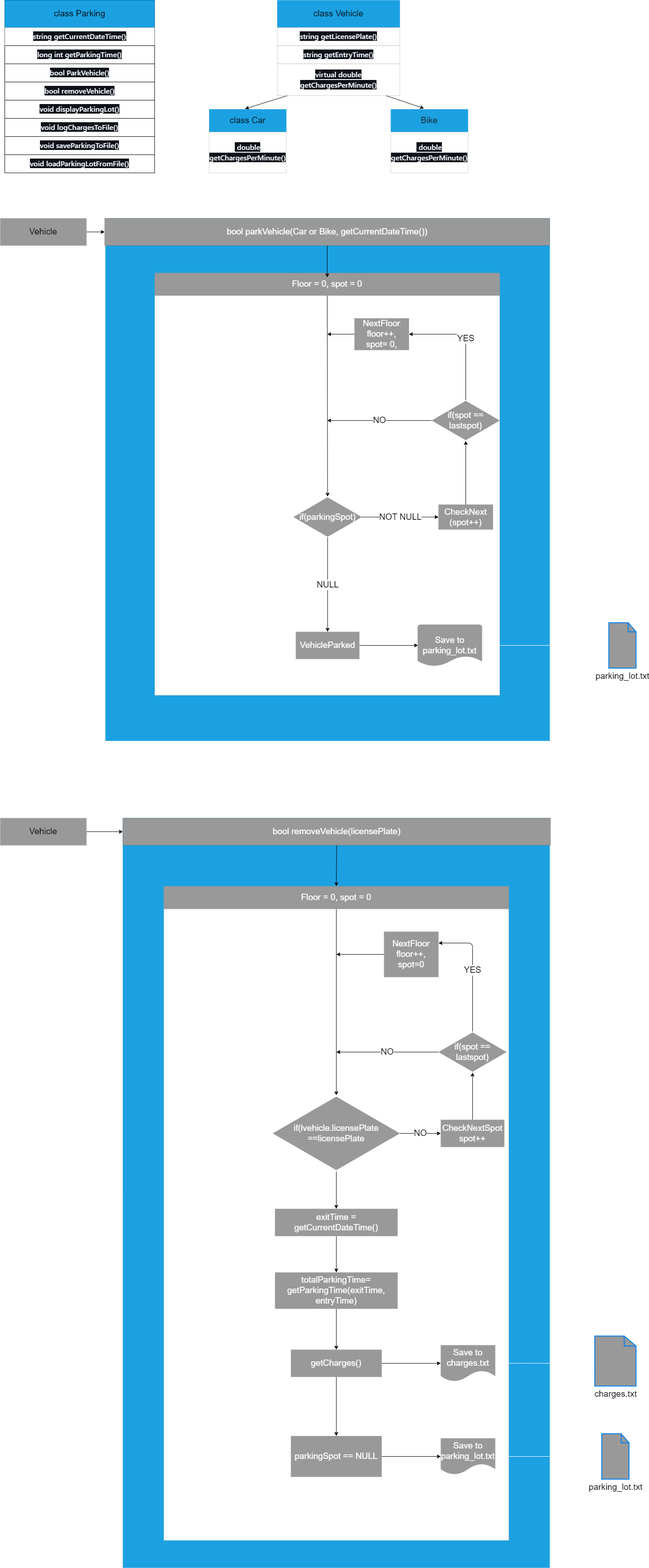
The draw.io diagram VehicleParking/FlowDiagram.png in tusharx0809/OOPS-Projects-cpp, before a commit. Source tidied: cells renumbered, new cells last; positions are measured from the earlier drawing's top-left corner, leaving out a move shared by most shapes.
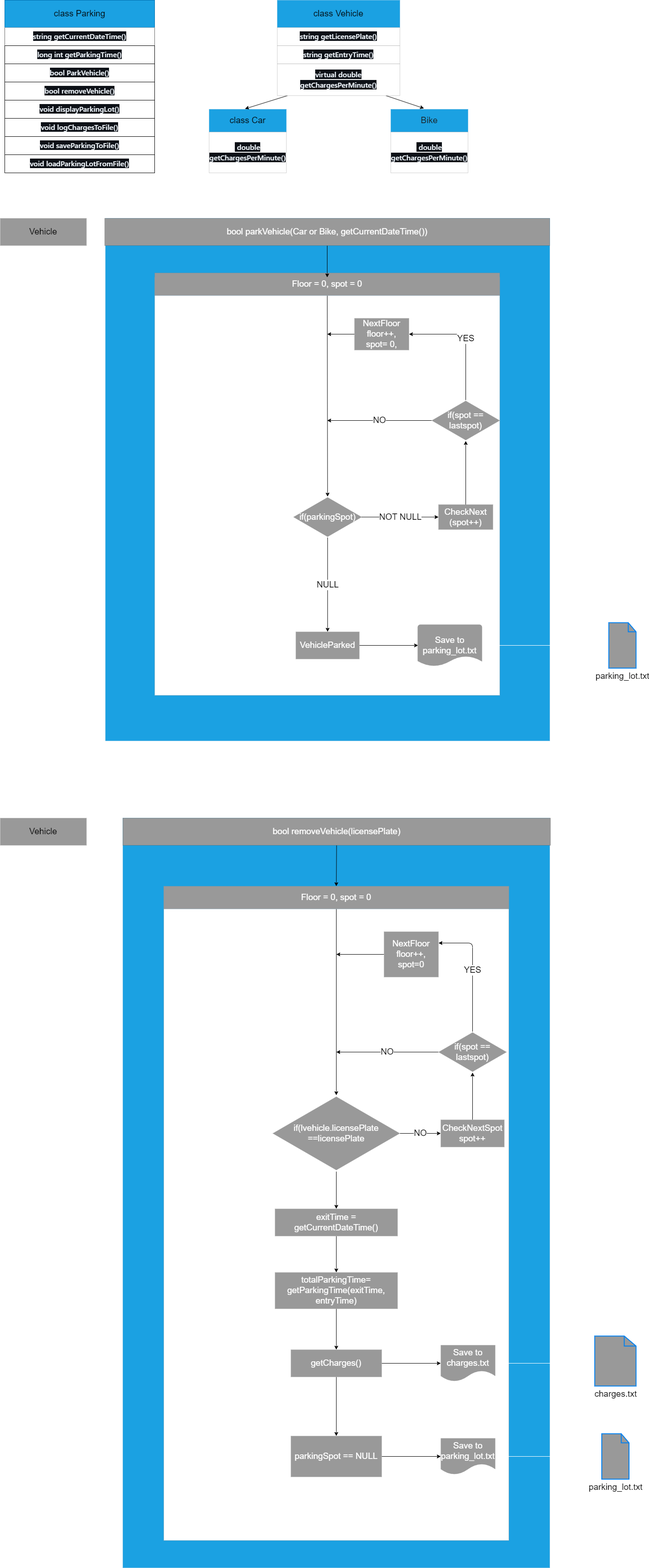
The same diagram one commit later.

The edit, as a diff of the source:
```diff
@@ -62,7 +62,7 @@
     <mxCell id="21" value="&lt;span style=&quot;color: rgb(240, 246, 252); font-family: -apple-system, BlinkMacSystemFont, &amp;quot;Segoe UI&amp;quot;, &amp;quot;Noto Sans&amp;quot;, Helvetica, Arial, sans-serif, &amp;quot;Apple Color Emoji&amp;quot;, &amp;quot;Segoe UI Emoji&amp;quot;; font-size: 16px; font-weight: 600; text-align: left; background-color: rgb(13, 17, 23);&quot;&gt;&amp;nbsp;double getChargesPerMinute()&lt;/span&gt;" style="rounded=0;whiteSpace=wrap;html=1;strokeWidth=0;fontSize=19;" parent="1" vertex="1">
       <mxGeometry x="860" y="290" width="170" height="90" as="geometry" />
     </mxCell>
-    <mxCell id="22" style="edgeStyle=none;html=1;entryX=0;entryY=0.5;entryDx=0;entryDy=0;fontSize=19;fontColor=#FFFFFF;" parent="1" edge="1" source="23">
+    <mxCell id="22" style="edgeStyle=none;html=1;entryX=0;entryY=0.5;entryDx=0;entryDy=0;fontSize=19;fontColor=#FFFFFF;strokeColor=#FFFFFF;" parent="1" edge="1" source="23">
       <mxGeometry relative="1" as="geometry">
         <mxPoint x="230" y="510" as="targetPoint" />
       </mxGeometry>
@@ -267,7 +267,7 @@
     <mxCell id="82" value="&lt;font color=&quot;#000000&quot;&gt;parking_lot.txt&lt;/font&gt;" style="html=1;verticalLabelPosition=bottom;align=center;labelBackgroundColor=#ffffff;verticalAlign=top;strokeWidth=2;strokeColor=#0080F0;shadow=0;dashed=0;shape=mxgraph.ios7.icons.document;fontSize=19;fontColor=#FFFFFF;fillColor=#999999;gradientColor=none;" parent="1" vertex="1">
       <mxGeometry x="1324.5" y="3155" width="60" height="100" as="geometry" />
     </mxCell>
-    <mxCell id="83" style="edgeStyle=none;html=1;entryX=0;entryY=0.5;entryDx=0;entryDy=0;fontSize=19;fontColor=#FFFFFF;" parent="1" edge="1" source="84" target="53">
+    <mxCell id="83" style="edgeStyle=none;html=1;entryX=0;entryY=0.5;entryDx=0;entryDy=0;fontSize=19;fontColor=#FFFFFF;strokeColor=#FFFFFF;" parent="1" edge="1" source="84" target="53">
       <mxGeometry relative="1" as="geometry" />
     </mxCell>
     <mxCell id="84" value="Vehicle" style="rounded=0;whiteSpace=wrap;html=1;strokeWidth=0;fontSize=19;strokeColor=#999999;fillColor=#999999;" parent="1" vertex="1">
```
